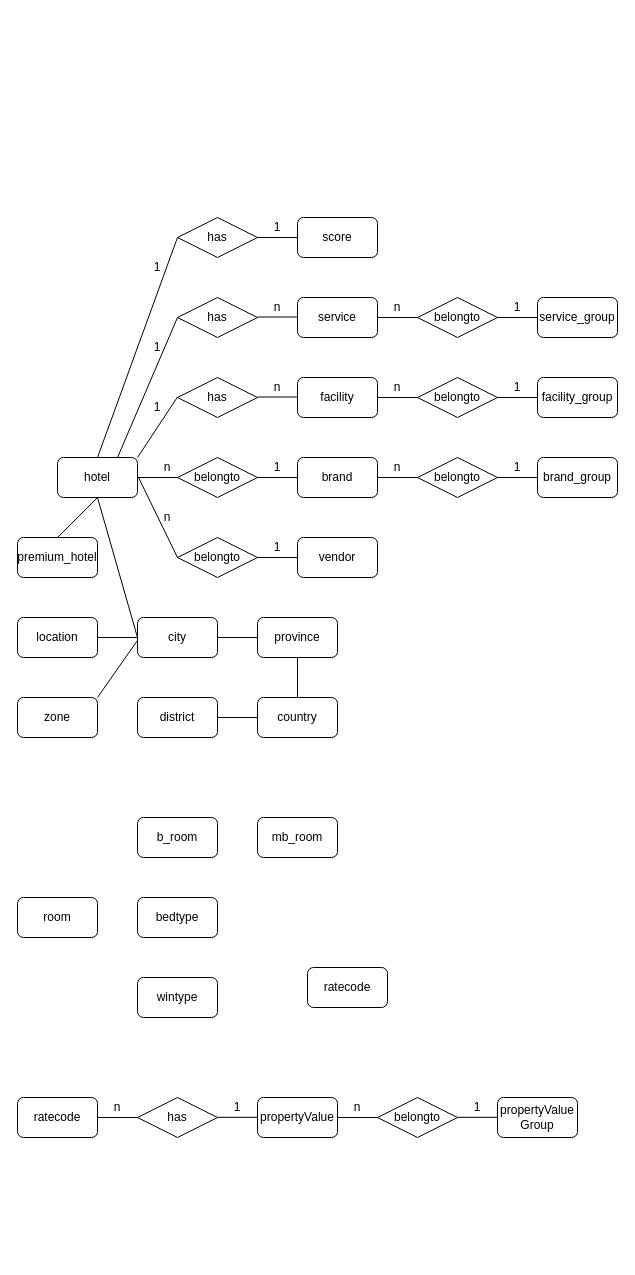
This is ddd.drawio from auv2009/diagram, a draw.io file, before an edit. Source tidied: cells renumbered, new cells numbered last; positions are measured from the earlier drawing's top-left corner, leaving out a move shared by most shapes. Both pictures are drawn from the tidied source at 100%, with x=0, y=0 at pixel (17, 217).
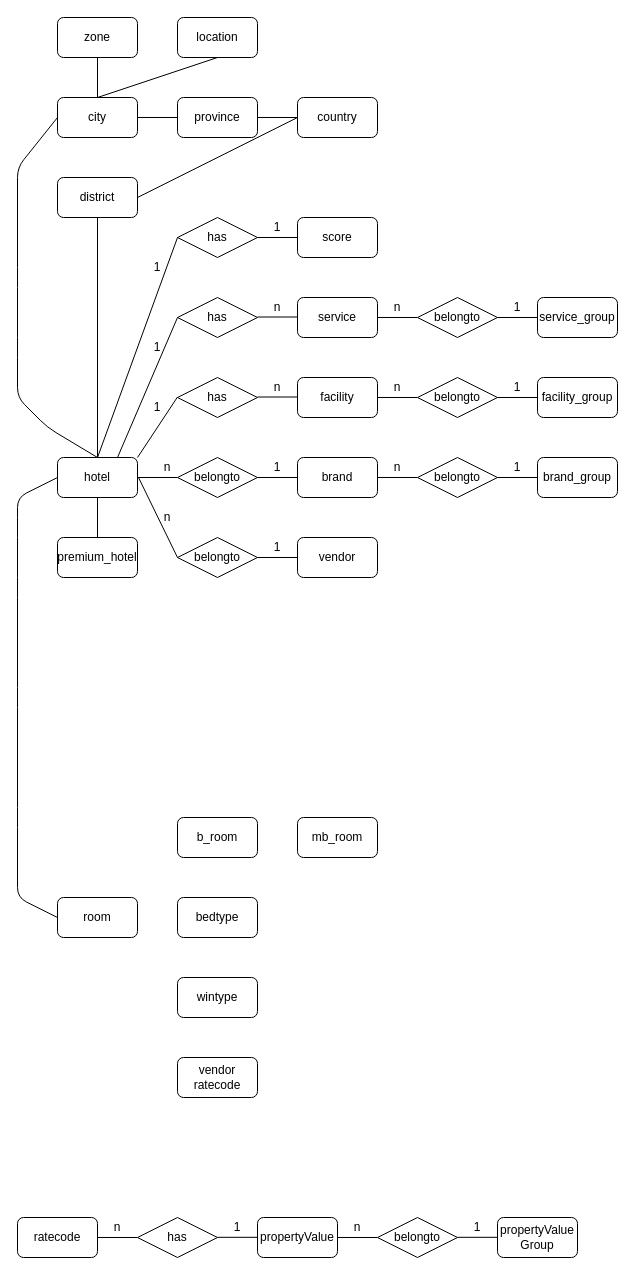
Above is the later version.

Unchanged cells that the change refers to:
```xml
<mxCell id="2" value="hotel" style="rounded=1;whiteSpace=wrap;html=1;" parent="1" vertex="1">
  <mxGeometry x="40" y="240" width="80" height="40" as="geometry" />
</mxCell>
```

Change to the diagram source:
```diff
@@
     <mxCell id="5" value="country" style="rounded=1;whiteSpace=wrap;html=1;" parent="1" vertex="1">
-      <mxGeometry x="240" y="480" width="80" height="40" as="geometry" />
+      <mxGeometry x="280" y="-120" width="80" height="40" as="geometry" />
     </mxCell>
     <mxCell id="6" value="province" style="rounded=1;whiteSpace=wrap;html=1;" parent="1" vertex="1">
-      <mxGeometry x="240" y="400" width="80" height="40" as="geometry" />
+      <mxGeometry x="160" y="-120" width="80" height="40" as="geometry" />
     </mxCell>
     <mxCell id="7" value="city" style="rounded=1;whiteSpace=wrap;html=1;" parent="1" vertex="1">
-      <mxGeometry x="120" y="400" width="80" height="40" as="geometry" />
+      <mxGeometry x="40" y="-120" width="80" height="40" as="geometry" />
     </mxCell>
     <mxCell id="8" value="location" style="rounded=1;whiteSpace=wrap;html=1;" parent="1" vertex="1">
-      <mxGeometry y="400" width="80" height="40" as="geometry" />
+      <mxGeometry x="160" y="-200" width="80" height="40" as="geometry" />
     </mxCell>
     <mxCell id="9" value="district" style="rounded=1;whiteSpace=wrap;html=1;" parent="1" vertex="1">
-      <mxGeometry x="120" y="480" width="80" height="40" as="geometry" />
+      <mxGeometry x="40" y="-40" width="80" height="40" as="geometry" />
     </mxCell>
     <mxCell id="10" value="zone" style="rounded=1;whiteSpace=wrap;html=1;" parent="1" vertex="1">
-      <mxGeometry y="480" width="80" height="40" as="geometry" />
+      <mxGeometry x="40" y="-200" width="80" height="40" as="geometry" />
     </mxCell>
@@
-    <mxCell id="51" style="endArrow=none;html=1;exitX=0;exitY=0.5;exitDx=0;exitDy=0;entryX=0.5;entryY=1;entryDx=0;entryDy=0;" parent="1" edge="1" source="7" target="2">
-      <mxGeometry relative="1" as="geometry" />
-    </mxCell>
-    <mxCell id="52" style="endArrow=none;html=1;" parent="1" edge="1">
-      <mxGeometry relative="1" as="geometry">
-        <mxPoint x="200" y="500" as="sourcePoint" />
-        <mxPoint x="240" y="500" as="targetPoint" />
-      </mxGeometry>
-    </mxCell>
-    <mxCell id="53" style="endArrow=none;html=1;exitX=1;exitY=0.5;exitDx=0;exitDy=0;" parent="1" edge="1" source="7">
-      <mxGeometry relative="1" as="geometry">
-        <mxPoint x="240" y="420" as="targetPoint" />
-      </mxGeometry>
+    <mxCell id="53" style="endArrow=none;html=1;exitX=1;exitY=0.5;exitDx=0;exitDy=0;entryX=0;entryY=0.5;entryDx=0;entryDy=0;" parent="1" edge="1" source="7" target="6">
+      <mxGeometry relative="1" as="geometry" />
     </mxCell>
-    <mxCell id="54" style="endArrow=none;html=1;exitX=0;exitY=0.5;exitDx=0;exitDy=0;entryX=1;entryY=0.5;entryDx=0;entryDy=0;" parent="1" edge="1" source="7" target="8">
+    <mxCell id="54" style="endArrow=none;html=1;exitX=0.5;exitY=0;exitDx=0;exitDy=0;entryX=0.5;entryY=1;entryDx=0;entryDy=0;" parent="1" edge="1" source="7" target="8">
       <mxGeometry relative="1" as="geometry" />
     </mxCell>
-    <mxCell id="55" style="endArrow=none;html=1;entryX=1;entryY=0;entryDx=0;entryDy=0;exitX=-0.006;exitY=0.588;exitDx=0;exitDy=0;exitPerimeter=0;" parent="1" edge="1" source="7" target="10">
+    <mxCell id="55" style="endArrow=none;html=1;entryX=0.5;entryY=1;entryDx=0;entryDy=0;exitX=0.5;exitY=0;exitDx=0;exitDy=0;" parent="1" edge="1" source="7" target="10">
       <mxGeometry relative="1" as="geometry" />
     </mxCell>
-    <mxCell id="56" style="endArrow=none;html=1;entryX=0.5;entryY=1;entryDx=0;entryDy=0;exitX=0.5;exitY=0;exitDx=0;exitDy=0;" parent="1" edge="1" source="5" target="6">
+    <mxCell id="56" style="endArrow=none;html=1;entryX=1;entryY=0.5;entryDx=0;entryDy=0;exitX=0;exitY=0.5;exitDx=0;exitDy=0;" parent="1" edge="1" source="5" target="6">
       <mxGeometry relative="1" as="geometry" />
     </mxCell>
     <mxCell id="57" value="premium_hotel" style="rounded=1;whiteSpace=wrap;html=1;" parent="1" vertex="1">
-      <mxGeometry y="320" width="80" height="40" as="geometry" />
+      <mxGeometry x="40" y="320" width="80" height="40" as="geometry" />
     </mxCell>
@@
     <mxCell id="65" value="room" style="rounded=1;whiteSpace=wrap;html=1;" parent="1" vertex="1">
-      <mxGeometry y="680" width="80" height="40" as="geometry" />
+      <mxGeometry x="40" y="680" width="80" height="40" as="geometry" />
     </mxCell>
     <mxCell id="66" value="b_room" style="rounded=1;whiteSpace=wrap;html=1;" parent="1" vertex="1">
-      <mxGeometry x="120" y="600" width="80" height="40" as="geometry" />
+      <mxGeometry x="160" y="600" width="80" height="40" as="geometry" />
     </mxCell>
     <mxCell id="67" value="mb_room" style="rounded=1;whiteSpace=wrap;html=1;" parent="1" vertex="1">
-      <mxGeometry x="240" y="600" width="80" height="40" as="geometry" />
+      <mxGeometry x="280" y="600" width="80" height="40" as="geometry" />
     </mxCell>
     <mxCell id="68" value="bedtype" style="rounded=1;whiteSpace=wrap;html=1;" parent="1" vertex="1">
-      <mxGeometry x="120" y="680" width="80" height="40" as="geometry" />
+      <mxGeometry x="160" y="680" width="80" height="40" as="geometry" />
     </mxCell>
     <mxCell id="69" value="wintype" style="rounded=1;whiteSpace=wrap;html=1;" parent="1" vertex="1">
-      <mxGeometry x="120" y="760" width="80" height="40" as="geometry" />
+      <mxGeometry x="160" y="760" width="80" height="40" as="geometry" />
     </mxCell>
     <mxCell id="70" value="ratecode" style="rounded=1;whiteSpace=wrap;html=1;" parent="1" vertex="1">
-      <mxGeometry y="880" width="80" height="40" as="geometry" />
+      <mxGeometry y="1000" width="80" height="40" as="geometry" />
     </mxCell>
-    <mxCell id="71" value="ratecode" style="rounded=1;whiteSpace=wrap;html=1;" parent="1" vertex="1">
-      <mxGeometry x="290" y="750" width="80" height="40" as="geometry" />
-    </mxCell>
     <mxCell id="72" value="propertyValue" style="rounded=1;whiteSpace=wrap;html=1;" parent="1" vertex="1">
-      <mxGeometry x="240" y="880" width="80" height="40" as="geometry" />
+      <mxGeometry x="240" y="1000" width="80" height="40" as="geometry" />
     </mxCell>
     <mxCell id="73" value="has" style="rhombus;whiteSpace=wrap;html=1;" parent="1" vertex="1">
-      <mxGeometry x="120" y="880" width="80" height="40" as="geometry" />
+      <mxGeometry x="120" y="1000" width="80" height="40" as="geometry" />
     </mxCell>
     <mxCell id="74" style="endArrow=none;html=1;entryX=0;entryY=0.5;entryDx=0;entryDy=0;" parent="1" edge="1" target="73">
       <mxGeometry relative="1" as="geometry">
-        <mxPoint x="80" y="900" as="sourcePoint" />
+        <mxPoint x="80" y="1020" as="sourcePoint" />
       </mxGeometry>
     </mxCell>
     <mxCell id="75" style="endArrow=none;html=1;entryX=0;entryY=0.5;entryDx=0;entryDy=0;" parent="1" edge="1">
       <mxGeometry relative="1" as="geometry">
-        <mxPoint x="200" y="899.8" as="sourcePoint" />
-        <mxPoint x="240" y="899.8" as="targetPoint" />
+        <mxPoint x="200" y="1019.8" as="sourcePoint" />
+        <mxPoint x="240" y="1019.8" as="targetPoint" />
       </mxGeometry>
     </mxCell>
     <mxCell id="76" value="n" style="text;html=1;strokeColor=none;fillColor=none;align=center;verticalAlign=middle;whiteSpace=wrap;rounded=0;" parent="1" vertex="1">
-      <mxGeometry x="80" y="880" width="40" height="20" as="geometry" />
+      <mxGeometry x="80" y="1000" width="40" height="20" as="geometry" />
     </mxCell>
     <mxCell id="77" value="1" style="text;html=1;strokeColor=none;fillColor=none;align=center;verticalAlign=middle;whiteSpace=wrap;rounded=0;" parent="1" vertex="1">
-      <mxGeometry x="200" y="880" width="40" height="20" as="geometry" />
+      <mxGeometry x="200" y="1000" width="40" height="20" as="geometry" />
     </mxCell>
     <mxCell id="78" value="propertyValue&lt;br&gt;Group" style="rounded=1;whiteSpace=wrap;html=1;" parent="1" vertex="1">
-      <mxGeometry x="480" y="880" width="80" height="40" as="geometry" />
+      <mxGeometry x="480" y="1000" width="80" height="40" as="geometry" />
     </mxCell>
     <mxCell id="79" style="endArrow=none;html=1;entryX=0;entryY=0.5;entryDx=0;entryDy=0;" parent="1" edge="1">
       <mxGeometry relative="1" as="geometry">
-        <mxPoint x="320" y="900" as="sourcePoint" />
-        <mxPoint x="360" y="900" as="targetPoint" />
+        <mxPoint x="320" y="1020" as="sourcePoint" />
+        <mxPoint x="360" y="1020" as="targetPoint" />
       </mxGeometry>
     </mxCell>
     <mxCell id="80" value="n" style="text;html=1;strokeColor=none;fillColor=none;align=center;verticalAlign=middle;whiteSpace=wrap;rounded=0;" parent="1" vertex="1">
-      <mxGeometry x="320" y="880" width="40" height="20" as="geometry" />
+      <mxGeometry x="320" y="1000" width="40" height="20" as="geometry" />
     </mxCell>
     <mxCell id="81" value="belongto" style="rhombus;whiteSpace=wrap;html=1;" parent="1" vertex="1">
-      <mxGeometry x="360" y="880" width="80" height="40" as="geometry" />
+      <mxGeometry x="360" y="1000" width="80" height="40" as="geometry" />
     </mxCell>
     <mxCell id="82" style="endArrow=none;html=1;entryX=0;entryY=0.5;entryDx=0;entryDy=0;" parent="1" edge="1">
       <mxGeometry relative="1" as="geometry">
-        <mxPoint x="440" y="899.8" as="sourcePoint" />
-        <mxPoint x="480" y="899.8" as="targetPoint" />
+        <mxPoint x="440" y="1019.8" as="sourcePoint" />
+        <mxPoint x="480" y="1019.8" as="targetPoint" />
       </mxGeometry>
     </mxCell>
     <mxCell id="83" value="1" style="text;html=1;strokeColor=none;fillColor=none;align=center;verticalAlign=middle;whiteSpace=wrap;rounded=0;" parent="1" vertex="1">
-      <mxGeometry x="440" y="880" width="40" height="20" as="geometry" />
+      <mxGeometry x="440" y="1000" width="40" height="20" as="geometry" />
     </mxCell>
+    <mxCell id="84" value="vendor&lt;br&gt;ratecode" style="rounded=1;whiteSpace=wrap;html=1;" parent="1" vertex="1">
+      <mxGeometry x="160" y="840" width="80" height="40" as="geometry" />
+    </mxCell>
+    <mxCell id="85" style="endArrow=none;html=1;entryX=0;entryY=0.5;entryDx=0;entryDy=0;exitX=1;exitY=0.5;exitDx=0;exitDy=0;" parent="1" edge="1" source="9" target="5">
+      <mxGeometry relative="1" as="geometry" />
+    </mxCell>
+    <mxCell id="86" style="endArrow=none;html=1;entryX=0;entryY=0.5;entryDx=0;entryDy=0;" parent="1" edge="1" target="7">
+      <mxGeometry relative="1" as="geometry">
+        <mxPoint x="80" y="240" as="sourcePoint" />
+        <Array as="points">
+          <mxPoint x="30" y="210" />
+          <mxPoint y="180" />
+          <mxPoint y="130" />
+          <mxPoint y="60" />
+          <mxPoint y="-50" />
+        </Array>
+      </mxGeometry>
+    </mxCell>
+    <mxCell id="87" style="endArrow=none;html=1;entryX=0.5;entryY=1;entryDx=0;entryDy=0;exitX=0.5;exitY=0;exitDx=0;exitDy=0;" parent="1" edge="1" source="2" target="9">
+      <mxGeometry relative="1" as="geometry" />
+    </mxCell>
+    <mxCell id="88" style="endArrow=none;html=1;entryX=0;entryY=0.5;entryDx=0;entryDy=0;exitX=0;exitY=0.5;exitDx=0;exitDy=0;" parent="1" edge="1" source="65" target="2">
+      <mxGeometry relative="1" as="geometry">
+        <Array as="points">
+          <mxPoint y="680" />
+          <mxPoint y="600" />
+          <mxPoint y="480" />
+          <mxPoint y="370" />
+          <mxPoint y="310" />
+          <mxPoint y="280" />
+        </Array>
+      </mxGeometry>
+    </mxCell>
```
